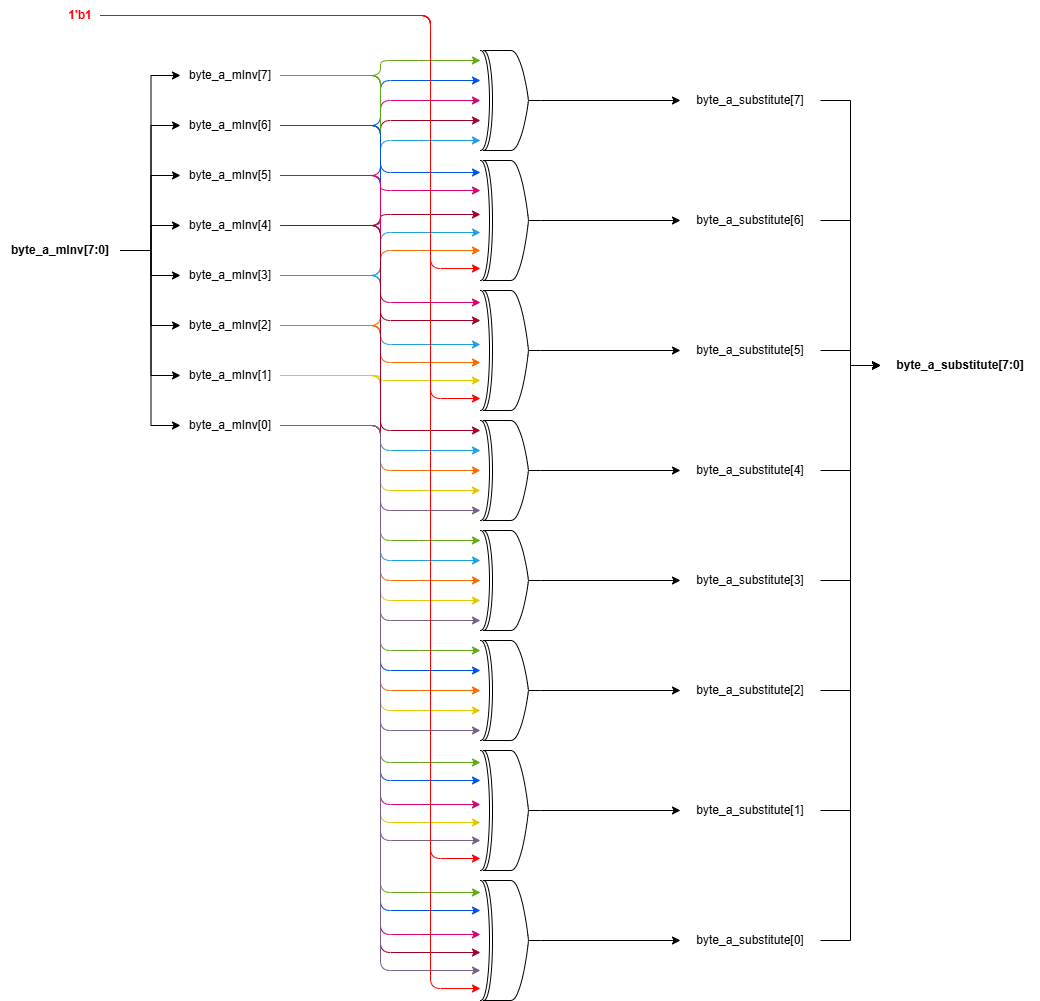
Above: media/Affine low level.png in LQLManZz/AES128-Verilog (draw.io), before the change. Source tidied: cells renumbered, new cells last; positions are measured from the earlier drawing's top-left corner, leaving out a move shared by most shapes.
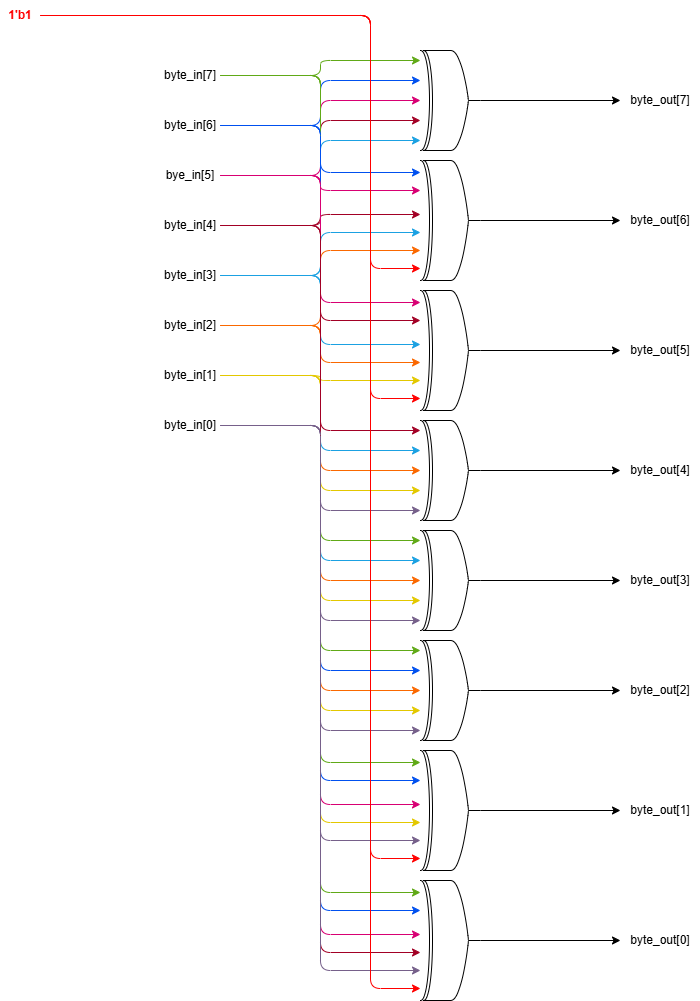
The same diagram one commit later.

Diff of the diagram source:
```diff
@@ -2,32 +2,29 @@
   <root>
     <mxCell id="0" />
     <mxCell id="1" parent="0" />
-    <mxCell id="2" value="byte_a_mInv[7:0]" style="text;html=1;whiteSpace=wrap;strokeColor=none;fillColor=none;align=center;verticalAlign=middle;rounded=0;fontStyle=1;" parent="1" vertex="1">
-      <mxGeometry y="235" width="120" height="30" as="geometry" />
-    </mxCell>
-    <mxCell id="3" value="byte_a_mInv[7]" style="text;html=1;whiteSpace=wrap;strokeColor=none;fillColor=none;align=center;verticalAlign=middle;rounded=0;" parent="1" vertex="1">
-      <mxGeometry x="180" y="60" width="100" height="30" as="geometry" />
+    <mxCell id="3" value="byte_in[7]" style="text;html=1;whiteSpace=wrap;strokeColor=none;fillColor=none;align=center;verticalAlign=middle;rounded=0;" parent="1" vertex="1">
+      <mxGeometry x="220" y="60" width="60" height="30" as="geometry" />
     </mxCell>
-    <mxCell id="4" value="byte_a_mInv[6]" style="text;html=1;whiteSpace=wrap;strokeColor=none;fillColor=none;align=center;verticalAlign=middle;rounded=0;" parent="1" vertex="1">
-      <mxGeometry x="180" y="110" width="100" height="30" as="geometry" />
+    <mxCell id="4" value="byte_in[6]" style="text;html=1;whiteSpace=wrap;strokeColor=none;fillColor=none;align=center;verticalAlign=middle;rounded=0;" parent="1" vertex="1">
+      <mxGeometry x="220" y="110" width="60" height="30" as="geometry" />
     </mxCell>
-    <mxCell id="5" value="byte_a_mInv[5]" style="text;html=1;whiteSpace=wrap;strokeColor=none;fillColor=none;align=center;verticalAlign=middle;rounded=0;" parent="1" vertex="1">
-      <mxGeometry x="180" y="160" width="100" height="30" as="geometry" />
+    <mxCell id="5" value="bye_in[5]" style="text;html=1;whiteSpace=wrap;strokeColor=none;fillColor=none;align=center;verticalAlign=middle;rounded=0;" parent="1" vertex="1">
+      <mxGeometry x="220" y="160" width="60" height="30" as="geometry" />
     </mxCell>
-    <mxCell id="6" value="byte_a_mInv[4]" style="text;html=1;whiteSpace=wrap;strokeColor=none;fillColor=none;align=center;verticalAlign=middle;rounded=0;" parent="1" vertex="1">
-      <mxGeometry x="180" y="210" width="100" height="30" as="geometry" />
+    <mxCell id="6" value="byte_in[4]" style="text;html=1;whiteSpace=wrap;strokeColor=none;fillColor=none;align=center;verticalAlign=middle;rounded=0;" parent="1" vertex="1">
+      <mxGeometry x="220" y="210" width="60" height="30" as="geometry" />
     </mxCell>
-    <mxCell id="7" value="byte_a_mInv[3]" style="text;html=1;whiteSpace=wrap;strokeColor=none;fillColor=none;align=center;verticalAlign=middle;rounded=0;" parent="1" vertex="1">
-      <mxGeometry x="180" y="260" width="100" height="30" as="geometry" />
+    <mxCell id="7" value="byte_in[3]" style="text;html=1;whiteSpace=wrap;strokeColor=none;fillColor=none;align=center;verticalAlign=middle;rounded=0;" parent="1" vertex="1">
+      <mxGeometry x="220" y="260" width="60" height="30" as="geometry" />
     </mxCell>
-    <mxCell id="8" value="byte_a_mInv[2]" style="text;html=1;whiteSpace=wrap;strokeColor=none;fillColor=none;align=center;verticalAlign=middle;rounded=0;" parent="1" vertex="1">
-      <mxGeometry x="180" y="310" width="100" height="30" as="geometry" />
+    <mxCell id="8" value="byte_in[2]" style="text;html=1;whiteSpace=wrap;strokeColor=none;fillColor=none;align=center;verticalAlign=middle;rounded=0;" parent="1" vertex="1">
+      <mxGeometry x="220" y="310" width="60" height="30" as="geometry" />
     </mxCell>
-    <mxCell id="9" value="byte_a_mInv[1]" style="text;html=1;whiteSpace=wrap;strokeColor=none;fillColor=none;align=center;verticalAlign=middle;rounded=0;" parent="1" vertex="1">
-      <mxGeometry x="180" y="360" width="100" height="30" as="geometry" />
+    <mxCell id="9" value="byte_in[1]" style="text;html=1;whiteSpace=wrap;strokeColor=none;fillColor=none;align=center;verticalAlign=middle;rounded=0;" parent="1" vertex="1">
+      <mxGeometry x="220" y="360" width="60" height="30" as="geometry" />
     </mxCell>
-    <mxCell id="10" value="byte_a_mInv[0]" style="text;html=1;whiteSpace=wrap;strokeColor=none;fillColor=none;align=center;verticalAlign=middle;rounded=0;" parent="1" vertex="1">
-      <mxGeometry x="180" y="410" width="100" height="30" as="geometry" />
+    <mxCell id="10" value="byte_in[0]" style="text;html=1;whiteSpace=wrap;strokeColor=none;fillColor=none;align=center;verticalAlign=middle;rounded=0;" parent="1" vertex="1">
+      <mxGeometry x="220" y="410" width="60" height="30" as="geometry" />
     </mxCell>
     <mxCell id="11" value="1'b1" style="text;html=1;whiteSpace=wrap;strokeColor=none;fillColor=none;align=center;verticalAlign=middle;rounded=0;fontColor=#FF0000;fontStyle=1;" parent="1" vertex="1">
       <mxGeometry x="60" width="40" height="30" as="geometry" />
@@ -56,73 +53,30 @@
     <mxCell id="19" style="shape=(stored shape, 452 characters);whiteSpace=wrap;html=1;" parent="1" vertex="1">
       <mxGeometry x="480" y="880" width="60" height="120" as="geometry" />
     </mxCell>
-    <mxCell id="20" value="byte_a_substitute[7]" style="text;html=1;whiteSpace=wrap;strokeColor=none;fillColor=none;align=center;verticalAlign=middle;rounded=0;" parent="1" vertex="1">
-      <mxGeometry x="680" y="85" width="140" height="30" as="geometry" />
+    <mxCell id="20" value="byte_out[7]" style="text;html=1;whiteSpace=wrap;strokeColor=none;fillColor=none;align=center;verticalAlign=middle;rounded=0;" parent="1" vertex="1">
+      <mxGeometry x="680" y="85" width="80" height="30" as="geometry" />
     </mxCell>
-    <mxCell id="21" value="byte_a_substitute[6]" style="text;html=1;whiteSpace=wrap;strokeColor=none;fillColor=none;align=center;verticalAlign=middle;rounded=0;" parent="1" vertex="1">
-      <mxGeometry x="680" y="205" width="140" height="30" as="geometry" />
+    <mxCell id="21" value="byte_out[6]" style="text;html=1;whiteSpace=wrap;strokeColor=none;fillColor=none;align=center;verticalAlign=middle;rounded=0;" parent="1" vertex="1">
+      <mxGeometry x="680" y="205" width="80" height="30" as="geometry" />
     </mxCell>
-    <mxCell id="22" value="byte_a_substitute[5]" style="text;html=1;whiteSpace=wrap;strokeColor=none;fillColor=none;align=center;verticalAlign=middle;rounded=0;" parent="1" vertex="1">
-      <mxGeometry x="680" y="335" width="140" height="30" as="geometry" />
+    <mxCell id="22" value="byte_out[5]" style="text;html=1;whiteSpace=wrap;strokeColor=none;fillColor=none;align=center;verticalAlign=middle;rounded=0;" parent="1" vertex="1">
+      <mxGeometry x="680" y="335" width="80" height="30" as="geometry" />
     </mxCell>
-    <mxCell id="23" value="byte_a_substitute[4]" style="text;html=1;whiteSpace=wrap;strokeColor=none;fillColor=none;align=center;verticalAlign=middle;rounded=0;" parent="1" vertex="1">
-      <mxGeometry x="680" y="455" width="140" height="30" as="geometry" />
+    <mxCell id="23" value="byte_out[4]" style="text;html=1;whiteSpace=wrap;strokeColor=none;fillColor=none;align=center;verticalAlign=middle;rounded=0;" parent="1" vertex="1">
+      <mxGeometry x="680" y="455" width="80" height="30" as="geometry" />
     </mxCell>
-    <mxCell id="24" value="byte_a_substitute[3]" style="text;html=1;whiteSpace=wrap;strokeColor=none;fillColor=none;align=center;verticalAlign=middle;rounded=0;" parent="1" vertex="1">
-      <mxGeometry x="680" y="565" width="140" height="30" as="geometry" />
+    <mxCell id="24" value="byte_out[3]" style="text;html=1;whiteSpace=wrap;strokeColor=none;fillColor=none;align=center;verticalAlign=middle;rounded=0;" parent="1" vertex="1">
+      <mxGeometry x="680" y="565" width="80" height="30" as="geometry" />
     </mxCell>
-    <mxCell id="25" value="byte_a_substitute[2]" style="text;html=1;whiteSpace=wrap;strokeColor=none;fillColor=none;align=center;verticalAlign=middle;rounded=0;" parent="1" vertex="1">
-      <mxGeometry x="680" y="675" width="140" height="30" as="geometry" />
+    <mxCell id="25" value="byte_out[2]" style="text;html=1;whiteSpace=wrap;strokeColor=none;fillColor=none;align=center;verticalAlign=middle;rounded=0;" parent="1" vertex="1">
+      <mxGeometry x="680" y="675" width="80" height="30" as="geometry" />
     </mxCell>
-    <mxCell id="26" value="byte_a_substitute[1]" style="text;html=1;whiteSpace=wrap;strokeColor=none;fillColor=none;align=center;verticalAlign=middle;rounded=0;" parent="1" vertex="1">
-      <mxGeometry x="680" y="795" width="140" height="30" as="geometry" />
+    <mxCell id="26" value="byte_out[1]" style="text;html=1;whiteSpace=wrap;strokeColor=none;fillColor=none;align=center;verticalAlign=middle;rounded=0;" parent="1" vertex="1">
+      <mxGeometry x="680" y="795" width="80" height="30" as="geometry" />
     </mxCell>
-    <mxCell id="27" value="byte_a_substitute[0]" style="text;html=1;whiteSpace=wrap;strokeColor=none;fillColor=none;align=center;verticalAlign=middle;rounded=0;" parent="1" vertex="1">
-      <mxGeometry x="680" y="925" width="140" height="30" as="geometry" />
+    <mxCell id="27" value="byte_out[0]" style="text;html=1;whiteSpace=wrap;strokeColor=none;fillColor=none;align=center;verticalAlign=middle;rounded=0;" parent="1" vertex="1">
+      <mxGeometry x="680" y="925" width="80" height="30" as="geometry" />
     </mxCell>
-    <mxCell id="28" value="byte_a_substitute[7:0]" style="text;html=1;whiteSpace=wrap;strokeColor=none;fillColor=none;align=center;verticalAlign=middle;rounded=0;fontStyle=1;" parent="1" vertex="1">
-      <mxGeometry x="880" y="350" width="160" height="30" as="geometry" />
-    </mxCell>
-    <mxCell id="29" style="edgeStyle=orthogonalEdgeStyle;rounded=0;html=1;exitX=1;exitY=0.5;entryX=0;entryY=0.5;" parent="1" edge="1" target="3">
-      <mxGeometry relative="1" as="geometry">
-        <mxPoint x="120" y="250" as="sourcePoint" />
-      </mxGeometry>
-    </mxCell>
-    <mxCell id="30" style="edgeStyle=orthogonalEdgeStyle;rounded=0;html=1;exitX=1;exitY=0.5;entryX=0;entryY=0.5;" parent="1" edge="1" target="4">
-      <mxGeometry relative="1" as="geometry">
-        <mxPoint x="120" y="250" as="sourcePoint" />
-      </mxGeometry>
-    </mxCell>
-    <mxCell id="31" style="edgeStyle=orthogonalEdgeStyle;rounded=0;html=1;exitX=1;exitY=0.5;entryX=0;entryY=0.5;" parent="1" edge="1" target="5">
-      <mxGeometry relative="1" as="geometry">
-        <mxPoint x="120" y="250" as="sourcePoint" />
-      </mxGeometry>
-    </mxCell>
-    <mxCell id="32" style="edgeStyle=orthogonalEdgeStyle;rounded=0;html=1;exitX=1;exitY=0.5;entryX=0;entryY=0.5;" parent="1" edge="1" target="6">
-      <mxGeometry relative="1" as="geometry">
-        <mxPoint x="120" y="250" as="sourcePoint" />
-      </mxGeometry>
-    </mxCell>
-    <mxCell id="33" style="edgeStyle=orthogonalEdgeStyle;rounded=0;html=1;exitX=1;exitY=0.5;entryX=0;entryY=0.5;" parent="1" edge="1" target="7">
-      <mxGeometry relative="1" as="geometry">
-        <mxPoint x="120" y="250" as="sourcePoint" />
-      </mxGeometry>
-    </mxCell>
-    <mxCell id="34" style="edgeStyle=orthogonalEdgeStyle;rounded=0;html=1;exitX=1;exitY=0.5;entryX=0;entryY=0.5;" parent="1" edge="1" target="8">
-      <mxGeometry relative="1" as="geometry">
-        <mxPoint x="120" y="250" as="sourcePoint" />
-      </mxGeometry>
-    </mxCell>
-    <mxCell id="35" style="edgeStyle=orthogonalEdgeStyle;rounded=0;html=1;exitX=1;exitY=0.5;entryX=0;entryY=0.5;" parent="1" edge="1" target="9">
-      <mxGeometry relative="1" as="geometry">
-        <mxPoint x="120" y="250" as="sourcePoint" />
-      </mxGeometry>
-    </mxCell>
-    <mxCell id="36" style="edgeStyle=orthogonalEdgeStyle;rounded=0;html=1;exitX=1;exitY=0.5;entryX=0;entryY=0.5;" parent="1" edge="1" target="10">
-      <mxGeometry relative="1" as="geometry">
-        <mxPoint x="120" y="250" as="sourcePoint" />
-      </mxGeometry>
-    </mxCell>
     <mxCell id="37" style="edgeStyle=orthogonalEdgeStyle;rounded=0;html=1;exitX=1;exitY=0.5;entryX=0;entryY=0.5;" parent="1" edge="1" source="12" target="20">
       <mxGeometry relative="1" as="geometry" />
     </mxCell>
@@ -147,30 +101,6 @@
     <mxCell id="44" style="edgeStyle=orthogonalEdgeStyle;rounded=0;html=1;exitX=1;exitY=0.5;entryX=0;entryY=0.5;" parent="1" edge="1" source="19" target="27">
       <mxGeometry relative="1" as="geometry" />
     </mxCell>
-    <mxCell id="45" style="edgeStyle=orthogonalEdgeStyle;rounded=0;html=1;exitX=1;exitY=0.5;entryX=0;entryY=0.5;" parent="1" edge="1" source="20" target="28">
-      <mxGeometry relative="1" as="geometry" />
-    </mxCell>
-    <mxCell id="46" style="edgeStyle=orthogonalEdgeStyle;rounded=0;html=1;exitX=1;exitY=0.5;entryX=0;entryY=0.5;" parent="1" edge="1" source="21" target="28">
-      <mxGeometry relative="1" as="geometry" />
-    </mxCell>
-    <mxCell id="47" style="edgeStyle=orthogonalEdgeStyle;rounded=0;html=1;exitX=1;exitY=0.5;entryX=0;entryY=0.5;" parent="1" edge="1" source="22" target="28">
-      <mxGeometry relative="1" as="geometry" />
-    </mxCell>
-    <mxCell id="48" style="edgeStyle=orthogonalEdgeStyle;rounded=0;html=1;exitX=1;exitY=0.5;entryX=0;entryY=0.5;" parent="1" edge="1" source="23" target="28">
-      <mxGeometry relative="1" as="geometry" />
-    </mxCell>
-    <mxCell id="49" style="edgeStyle=orthogonalEdgeStyle;rounded=0;html=1;exitX=1;exitY=0.5;entryX=0;entryY=0.5;" parent="1" edge="1" source="24" target="28">
-      <mxGeometry relative="1" as="geometry" />
-    </mxCell>
-    <mxCell id="50" style="edgeStyle=orthogonalEdgeStyle;rounded=0;html=1;exitX=1;exitY=0.5;entryX=0;entryY=0.5;" parent="1" edge="1" source="25" target="28">
-      <mxGeometry relative="1" as="geometry" />
-    </mxCell>
-    <mxCell id="51" style="edgeStyle=orthogonalEdgeStyle;rounded=0;html=1;exitX=1;exitY=0.5;entryX=0;entryY=0.5;" parent="1" edge="1" source="26" target="28">
-      <mxGeometry relative="1" as="geometry" />
-    </mxCell>
-    <mxCell id="52" style="edgeStyle=orthogonalEdgeStyle;rounded=0;html=1;exitX=1;exitY=0.5;entryX=0;entryY=0.5;" parent="1" edge="1" source="27" target="28">
-      <mxGeometry relative="1" as="geometry" />
-    </mxCell>
     <mxCell id="53" style="edgeStyle=orthogonalEdgeStyle;rounded=1;html=1;exitX=1;exitY=0.5;entryX=0;entryY=0.1;strokeColor=#60a917;" parent="1" edge="1" source="3" target="12">
       <mxGeometry relative="1" as="geometry" />
     </mxCell>
```
